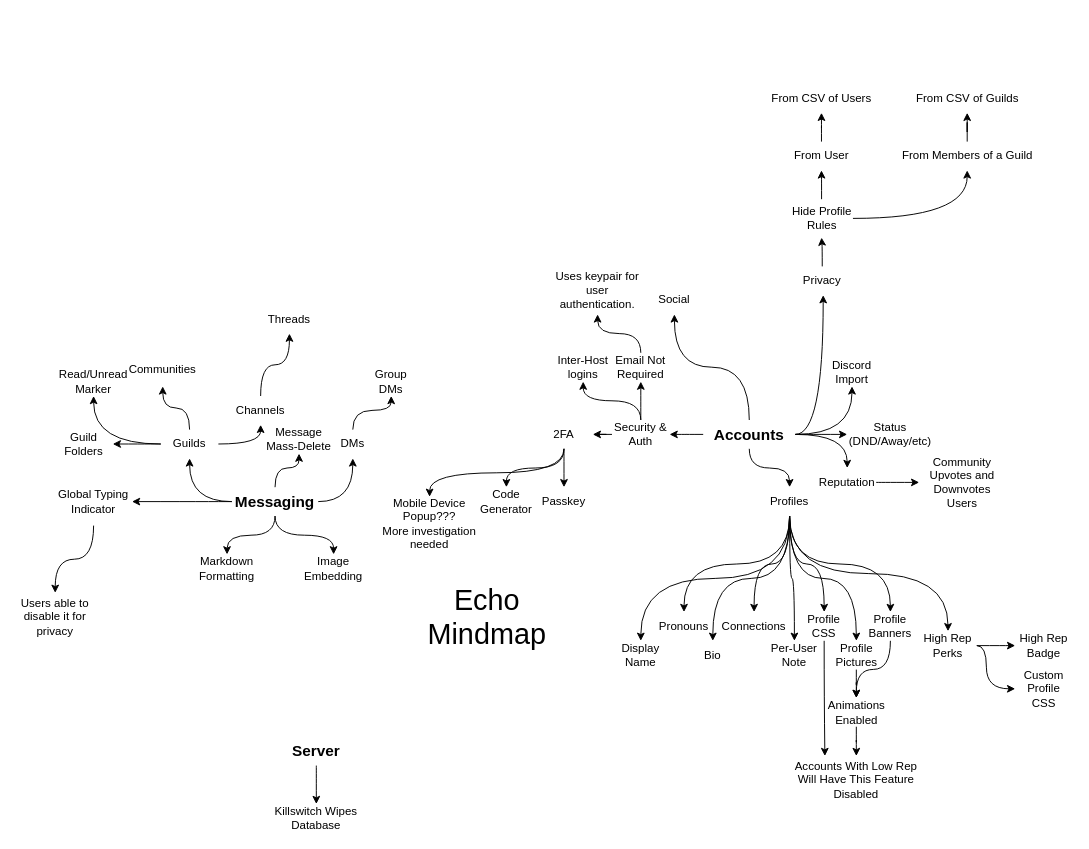
The draw.io diagram api/drawio/Features Brainstorm.drawio in Echo-Chat-Systems/docs, before the edit. Source tidied: cells renumbered, new cells numbered last; positions are measured from the earlier drawing's top-left corner, leaving out a move shared by most shapes. Both pictures are drawn from the tidied source at 96%, with x=0, y=0 at pixel (16, 84).
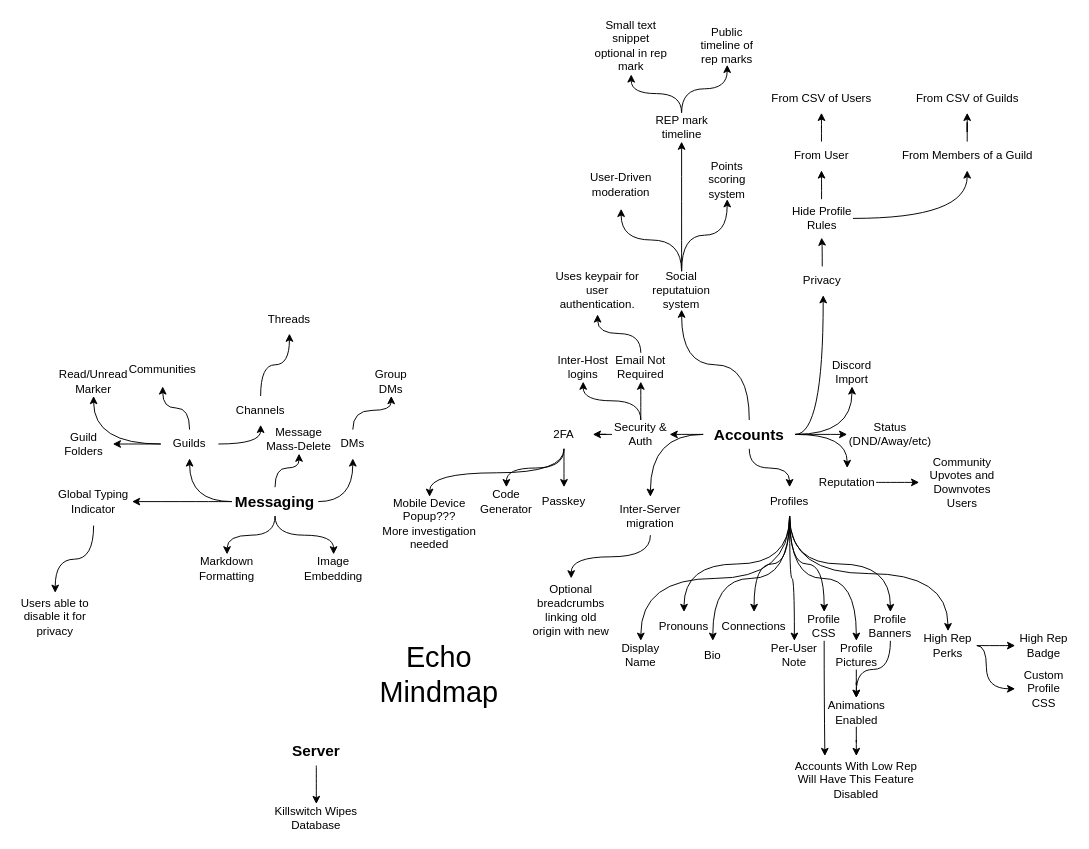
The same diagram, later.

Commit message:
Update features brainstorm

The change refers to these unchanged cells:
```xml
<mxCell id="48" value="Accounts" style="text;html=1;align=center;verticalAlign=middle;whiteSpace=wrap;rounded=0;fontSize=16;fontStyle=1;" parent="1" vertex="1">
  <mxGeometry x="715" y="350" width="96" height="30" as="geometry" />
</mxCell>
```

Diff of the diagram source:
```diff
@@
     <mxCell id="2" value="&lt;font style=&quot;font-size: 30px;&quot;&gt;Echo Mindmap&lt;/font&gt;" style="text;html=1;align=center;verticalAlign=middle;whiteSpace=wrap;rounded=0;" parent="1" vertex="1">
-      <mxGeometry x="420" y="510" width="140" height="90" as="geometry" />
+      <mxGeometry x="370" y="570" width="140" height="90" as="geometry" />
     </mxCell>
@@
+    <mxCell id="102" style="edgeStyle=orthogonalEdgeStyle;rounded=0;jettySize=auto;html=1;curved=1;" parent="1" edge="1" source="48" target="114">
+      <mxGeometry relative="1" as="geometry" />
+    </mxCell>
@@
+    <mxCell id="103" style="edgeStyle=orthogonalEdgeStyle;rounded=0;jettySize=auto;html=1;curved=1;" parent="1" edge="1" source="87" target="106">
+      <mxGeometry relative="1" as="geometry" />
+    </mxCell>
+    <mxCell id="104" style="edgeStyle=orthogonalEdgeStyle;rounded=0;jettySize=auto;html=1;curved=1;" parent="1" edge="1" source="87" target="110">
+      <mxGeometry relative="1" as="geometry" />
+    </mxCell>
+    <mxCell id="105" style="edgeStyle=orthogonalEdgeStyle;rounded=0;jettySize=auto;html=1;curved=1;" parent="1" edge="1" source="87" target="107">
+      <mxGeometry relative="1" as="geometry" />
+    </mxCell>
-    <mxCell id="87" value="Social" style="text;html=1;align=center;verticalAlign=middle;whiteSpace=wrap;rounded=0;" parent="1" vertex="1">
-      <mxGeometry x="655" y="210" width="60" height="30" as="geometry" />
+    <mxCell id="87" value="Social reputatuion&lt;div&gt;system&lt;/div&gt;" style="text;html=1;align=center;verticalAlign=middle;whiteSpace=wrap;rounded=0;" parent="1" vertex="1">
+      <mxGeometry x="660" y="195" width="65" height="40" as="geometry" />
     </mxCell>
@@
+    <mxCell id="106" value="Points scoring system" style="text;html=1;align=center;verticalAlign=middle;whiteSpace=wrap;rounded=0;" parent="1" vertex="1">
+      <mxGeometry x="705" y="80" width="70" height="40" as="geometry" />
+    </mxCell>
+    <mxCell id="107" value="User-Driven moderation" style="text;html=1;align=center;verticalAlign=middle;whiteSpace=wrap;rounded=0;" parent="1" vertex="1">
+      <mxGeometry x="592" y="80" width="75" height="50" as="geometry" />
+    </mxCell>
+    <mxCell id="108" style="edgeStyle=orthogonalEdgeStyle;rounded=0;jettySize=auto;html=1;curved=1;" parent="1" edge="1" source="110" target="111">
+      <mxGeometry relative="1" as="geometry" />
+    </mxCell>
+    <mxCell id="109" style="edgeStyle=orthogonalEdgeStyle;rounded=0;jettySize=auto;html=1;curved=1;" parent="1" edge="1" source="110" target="112">
+      <mxGeometry relative="1" as="geometry" />
+    </mxCell>
+    <mxCell id="110" value="REP mark timeline" style="text;html=1;align=center;verticalAlign=middle;whiteSpace=wrap;rounded=0;" parent="1" vertex="1">
+      <mxGeometry x="662.5" y="30" width="60" height="30" as="geometry" />
+    </mxCell>
+    <mxCell id="111" value="Public timeline of rep marks" style="text;html=1;align=center;verticalAlign=middle;whiteSpace=wrap;rounded=0;" parent="1" vertex="1">
+      <mxGeometry x="710" y="-60" width="60" height="40" as="geometry" />
+    </mxCell>
+    <mxCell id="112" value="Small text snippet optional in rep mark" style="text;html=1;align=center;verticalAlign=middle;whiteSpace=wrap;rounded=0;" parent="1" vertex="1">
+      <mxGeometry x="600" y="-70" width="80" height="60" as="geometry" />
+    </mxCell>
+    <mxCell id="113" style="edgeStyle=orthogonalEdgeStyle;rounded=0;jettySize=auto;html=1;curved=1;" parent="1" edge="1" source="114" target="115">
+      <mxGeometry relative="1" as="geometry" />
+    </mxCell>
+    <mxCell id="114" value="Inter-Server migration" style="text;html=1;align=center;verticalAlign=middle;whiteSpace=wrap;rounded=0;" parent="1" vertex="1">
+      <mxGeometry x="620" y="430" width="80" height="40" as="geometry" />
+    </mxCell>
+    <mxCell id="115" value="Optional breadcrumbs linking old origin with new" style="text;html=1;align=center;verticalAlign=middle;whiteSpace=wrap;rounded=0;" parent="1" vertex="1">
+      <mxGeometry x="535" y="515" width="85" height="65" as="geometry" />
+    </mxCell>
```
